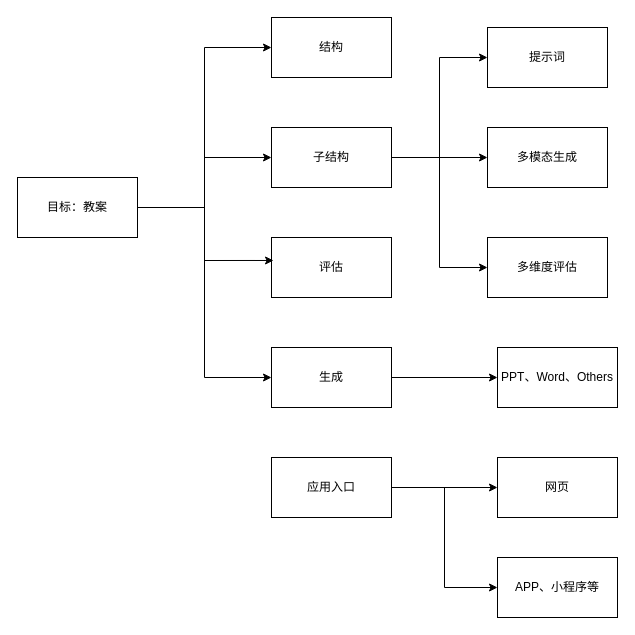
Above: AI eduction needs.drawio in wanbiao1993usa/drawio.graph (draw.io), before the change. Source tidied: cells renumbered, new cells numbered last; positions are measured from the earlier drawing's top-left corner, leaving out a move shared by most shapes. Both pictures are drawn from the tidied source at 100%, with x=0, y=0 at pixel (17, 17).
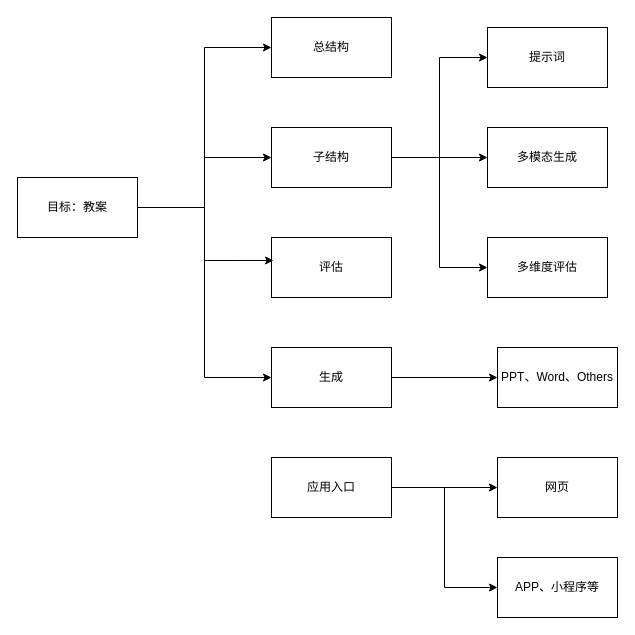
The same page after the edit.

Change to the diagram source:
```diff
@@
-    <mxCell id="6" value="结构" style="rounded=0;whiteSpace=wrap;html=1;" parent="1" vertex="1">
+    <mxCell id="6" value="总结构" style="rounded=0;whiteSpace=wrap;html=1;" parent="1" vertex="1">
       <mxGeometry x="254" width="120" height="60" as="geometry" />
     </mxCell>
```
